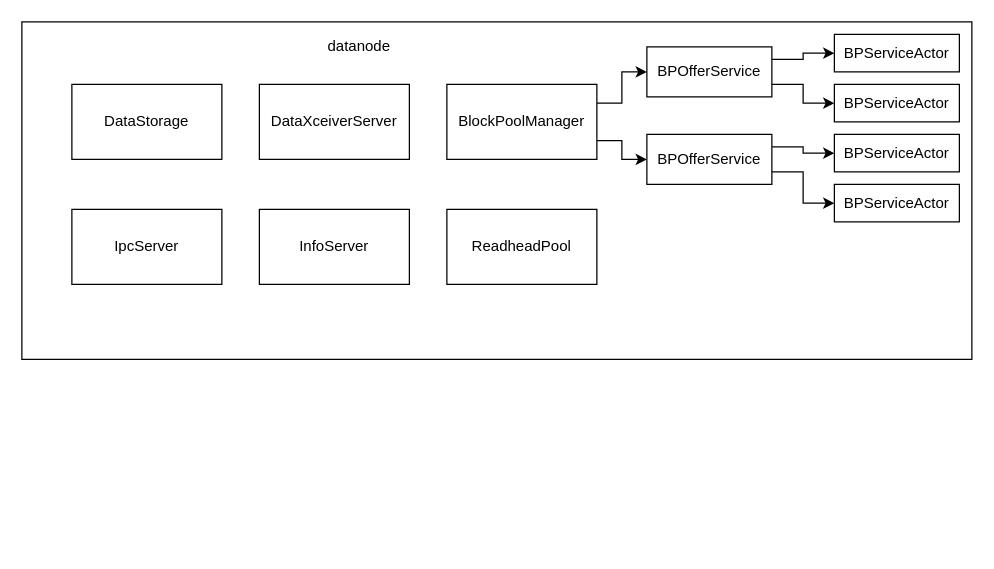
chenshuai1995/a-imgs keeps this draw.io diagram as hdfs/02_datanode启动流程.drawio. Above is the earlier version. Source tidied: cells renumbered, new cells numbered last; positions are measured from the earlier drawing's top-left corner, leaving out a move shared by most shapes. Both pictures are drawn from the tidied source at 125%, with x=0, y=0 at pixel (21, 21).
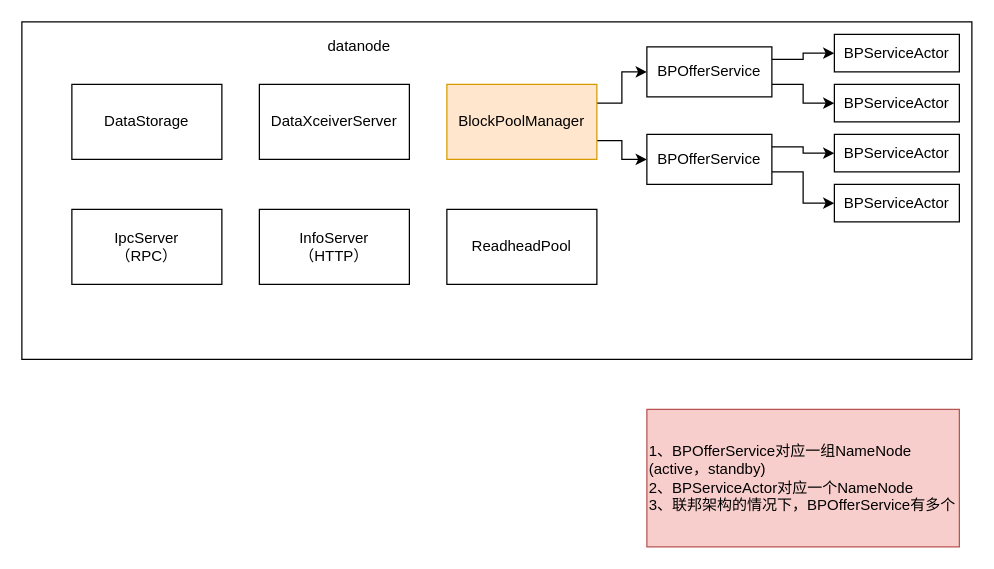
The same page after the edit.

Commit message (it also covers changes not shown here):
更新02_datanode启动流程.drawio

Change to the diagram source:
```diff
@@
-    <mxCell id="5" value="IpcServer" style="rounded=0;whiteSpace=wrap;html=1;" parent="1" vertex="1">
+    <mxCell id="5" value="IpcServer&lt;br&gt;（RPC）" style="rounded=0;whiteSpace=wrap;html=1;" parent="1" vertex="1">
       <mxGeometry x="40" y="150" width="120" height="60" as="geometry" />
     </mxCell>
@@
-    <mxCell id="9" value="BlockPoolManager" style="rounded=0;whiteSpace=wrap;html=1;" parent="1" vertex="1">
+    <mxCell id="9" value="BlockPoolManager" style="rounded=0;whiteSpace=wrap;html=1;fillColor=#ffe6cc;strokeColor=#d79b00;" parent="1" vertex="1">
       <mxGeometry x="340" y="50" width="120" height="60" as="geometry" />
     </mxCell>
-    <mxCell id="10" value="InfoServer" style="rounded=0;whiteSpace=wrap;html=1;" parent="1" vertex="1">
+    <mxCell id="10" value="InfoServer&lt;br&gt;（HTTP）" style="rounded=0;whiteSpace=wrap;html=1;" parent="1" vertex="1">
       <mxGeometry x="190" y="150" width="120" height="60" as="geometry" />
     </mxCell>
@@
+    <mxCell id="22" value="1、BPOfferService对应一组NameNode&lt;br&gt;(active，standby)&lt;br&gt;2、BPServiceActor对应一个NameNode&lt;br&gt;3、联邦架构的情况下，BPOfferService有多个" style="text;html=1;strokeColor=#b85450;fillColor=#f8cecc;align=left;verticalAlign=middle;whiteSpace=wrap;rounded=0;" parent="1" vertex="1">
+      <mxGeometry x="500" y="310" width="250" height="110" as="geometry" />
+    </mxCell>
```
